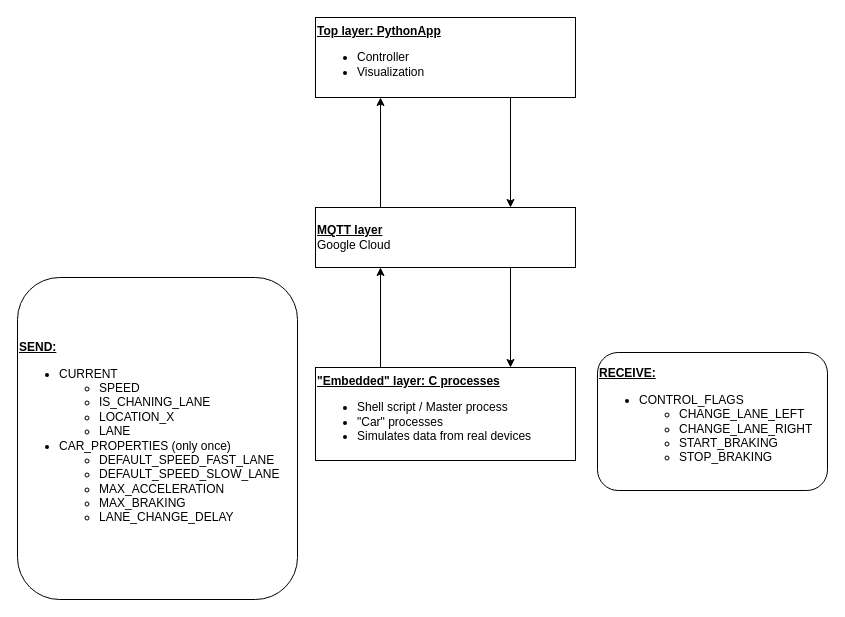
The draw.io diagram Architecture.drawio in RTOS-Team-2/htcs, before the edit. Source tidied: cells renumbered, new cells numbered last; positions are measured from the earlier drawing's top-left corner, leaving out a move shared by most shapes. Both pictures are drawn from the tidied source at 100%, with x=0, y=0 at pixel (17, 17).
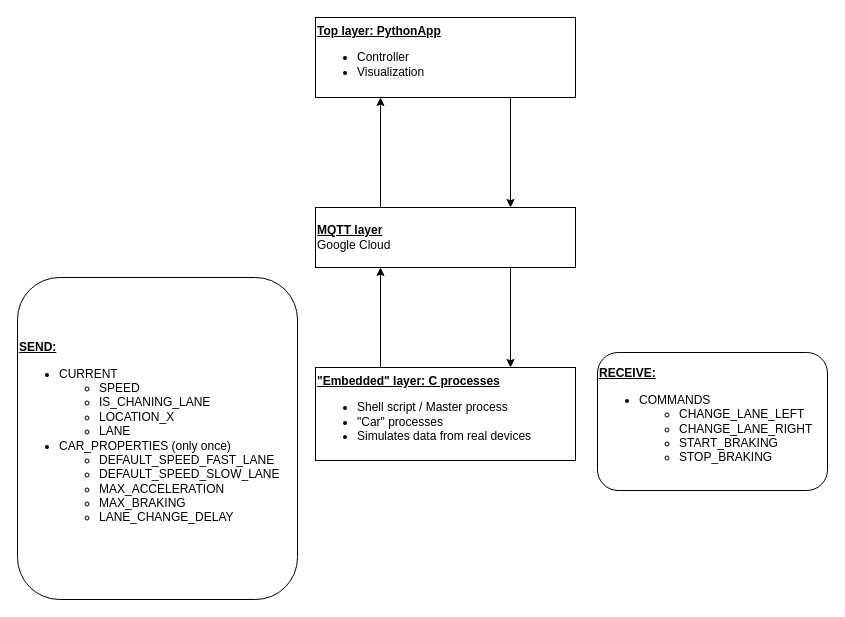
After the change.

Commit message (it also covers changes not shown here):
Control_flags->comamnds

The edit, as a diff of the source:
```diff
@@
 <mxGraphModel>
   <root>
     <mxCell id="0" />
     <mxCell id="1" parent="0" />
     <mxCell id="2" value="&lt;b&gt;&lt;u&gt;Top layer: PythonApp&lt;/u&gt;&lt;/b&gt;&lt;br&gt;&lt;div&gt;&lt;ul&gt;&lt;li&gt;Controller&lt;/li&gt;&lt;li&gt;Visualization&lt;/li&gt;&lt;/ul&gt;&lt;/div&gt;" style="rounded=0;whiteSpace=wrap;html=1;align=left;" parent="1" vertex="1">
       <mxGeometry x="298" width="260" height="80" as="geometry" />
     </mxCell>
     <mxCell id="3" value="&lt;u&gt;&lt;b&gt;MQTT layer&lt;br&gt;&lt;/b&gt;&lt;/u&gt;&lt;span&gt;Google Cloud&lt;/span&gt;&lt;u&gt;&lt;b&gt;&lt;br&gt;&lt;/b&gt;&lt;/u&gt;" style="rounded=0;whiteSpace=wrap;html=1;align=left;" parent="1" vertex="1">
       <mxGeometry x="298" y="190" width="260" height="60" as="geometry" />
     </mxCell>
     <mxCell id="4" style="endArrow=classic;html=1;exitX=0.75;exitY=1;exitDx=0;exitDy=0;entryX=0.75;entryY=0;entryDx=0;entryDy=0;" parent="1" edge="1" source="2" target="3">
       <mxGeometry relative="1" as="geometry" />
     </mxCell>
     <mxCell id="5" style="endArrow=classic;html=1;entryX=0.25;entryY=1;entryDx=0;entryDy=0;exitX=0.25;exitY=0;exitDx=0;exitDy=0;" parent="1" edge="1" source="3" target="2">
       <mxGeometry relative="1" as="geometry" />
     </mxCell>
     <mxCell id="6" style="endArrow=classic;html=1;exitX=0.25;exitY=0;exitDx=0;exitDy=0;entryX=0.25;entryY=1;entryDx=0;entryDy=0;" parent="1" edge="1" target="3">
       <mxGeometry relative="1" as="geometry">
         <mxPoint x="363" y="350" as="sourcePoint" />
       </mxGeometry>
     </mxCell>
     <mxCell id="7" style="endArrow=classic;html=1;exitX=0.75;exitY=1;exitDx=0;exitDy=0;entryX=0.75;entryY=0;entryDx=0;entryDy=0;" parent="1" edge="1" source="3">
       <mxGeometry relative="1" as="geometry">
         <mxPoint x="493" y="350" as="targetPoint" />
       </mxGeometry>
     </mxCell>
-    <mxCell id="8" value="&lt;u style=&quot;font-weight: bold&quot;&gt;RECEIVE:&lt;/u&gt;&lt;br&gt;&lt;ul&gt;&lt;li&gt;CONTROL_FLAGS&lt;/li&gt;&lt;ul&gt;&lt;li&gt;CHANGE_LANE_LEFT&lt;/li&gt;&lt;li&gt;CHANGE_LANE_RIGHT&lt;/li&gt;&lt;li&gt;START_BRAKING&lt;/li&gt;&lt;li&gt;STOP_BRAKING&lt;/li&gt;&lt;/ul&gt;&lt;/ul&gt;" style="rounded=1;whiteSpace=wrap;html=1;align=left;" parent="1" vertex="1">
+    <mxCell id="8" value="&lt;u style=&quot;font-weight: bold&quot;&gt;RECEIVE:&lt;/u&gt;&lt;br&gt;&lt;ul&gt;&lt;li&gt;COMMANDS&lt;/li&gt;&lt;ul&gt;&lt;li&gt;CHANGE_LANE_LEFT&lt;/li&gt;&lt;li&gt;CHANGE_LANE_RIGHT&lt;/li&gt;&lt;li&gt;START_BRAKING&lt;/li&gt;&lt;li&gt;STOP_BRAKING&lt;/li&gt;&lt;/ul&gt;&lt;/ul&gt;" style="rounded=1;whiteSpace=wrap;html=1;align=left;" parent="1" vertex="1">
       <mxGeometry x="580" y="335" width="230" height="138" as="geometry" />
     </mxCell>
     <mxCell id="9" value="&lt;b&gt;&lt;u&gt;SEND:&lt;/u&gt;&lt;/b&gt;&lt;ul&gt;&lt;li&gt;CURRENT&lt;/li&gt;&lt;ul&gt;&lt;li&gt;SPEED&lt;/li&gt;&lt;li&gt;IS_CHANING_LANE&lt;/li&gt;&lt;li&gt;LOCATION_X&lt;/li&gt;&lt;li&gt;LANE&lt;/li&gt;&lt;/ul&gt;&lt;li&gt;CAR_PROPERTIES (only once)&lt;/li&gt;&lt;ul&gt;&lt;li&gt;DEFAULT_SPEED_FAST_LANE&lt;/li&gt;&lt;li&gt;DEFAULT_SPEED_SLOW_LANE&lt;/li&gt;&lt;li&gt;MAX_ACCELERATION&lt;/li&gt;&lt;li&gt;MAX_BRAKING&lt;/li&gt;&lt;li&gt;LANE_CHANGE_DELAY&lt;/li&gt;&lt;/ul&gt;&lt;/ul&gt;" style="rounded=1;whiteSpace=wrap;html=1;align=left;" parent="1" vertex="1">
       <mxGeometry y="260" width="280" height="322" as="geometry" />
     </mxCell>
     <mxCell id="10" value="&lt;u style=&quot;font-weight: bold&quot;&gt;&quot;Embedded&quot; layer: C processes&lt;/u&gt;&lt;br&gt;&lt;ul&gt;&lt;li&gt;Shell script / Master process&lt;/li&gt;&lt;li&gt;&quot;Car&quot; processes&lt;/li&gt;&lt;li&gt;Simulates data from real devices&lt;/li&gt;&lt;/ul&gt;" style="rounded=0;whiteSpace=wrap;html=1;align=left;" parent="1" vertex="1">
       <mxGeometry x="298" y="350" width="260" height="93" as="geometry" />
     </mxCell>
   </root>
 </mxGraphModel>
```
